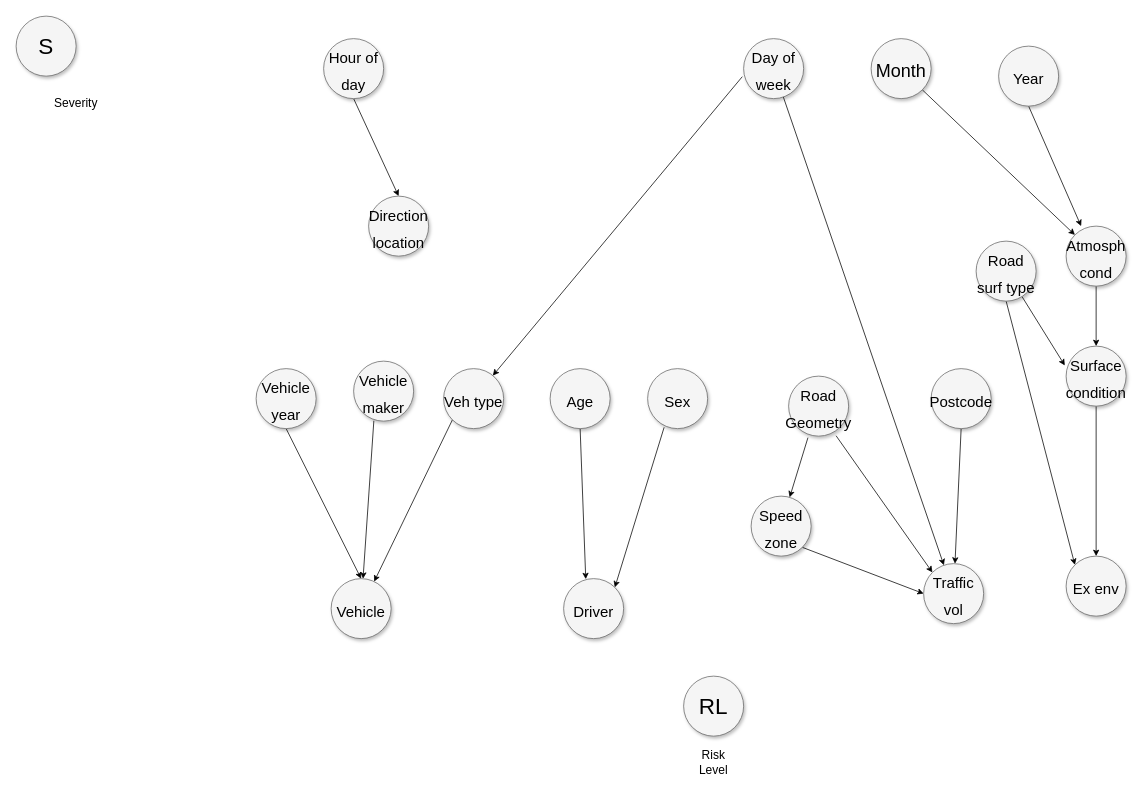
The draw.io diagram Untitled Diagram.drawio in moloti/Accident-Prediction, before the edit. Source tidied: cells renumbered, new cells numbered last; positions are measured from the earlier drawing's top-left corner, leaving out a move shared by most shapes. Both pictures are drawn from the tidied source at 75%, with x=0, y=0 at pixel (16, 16).
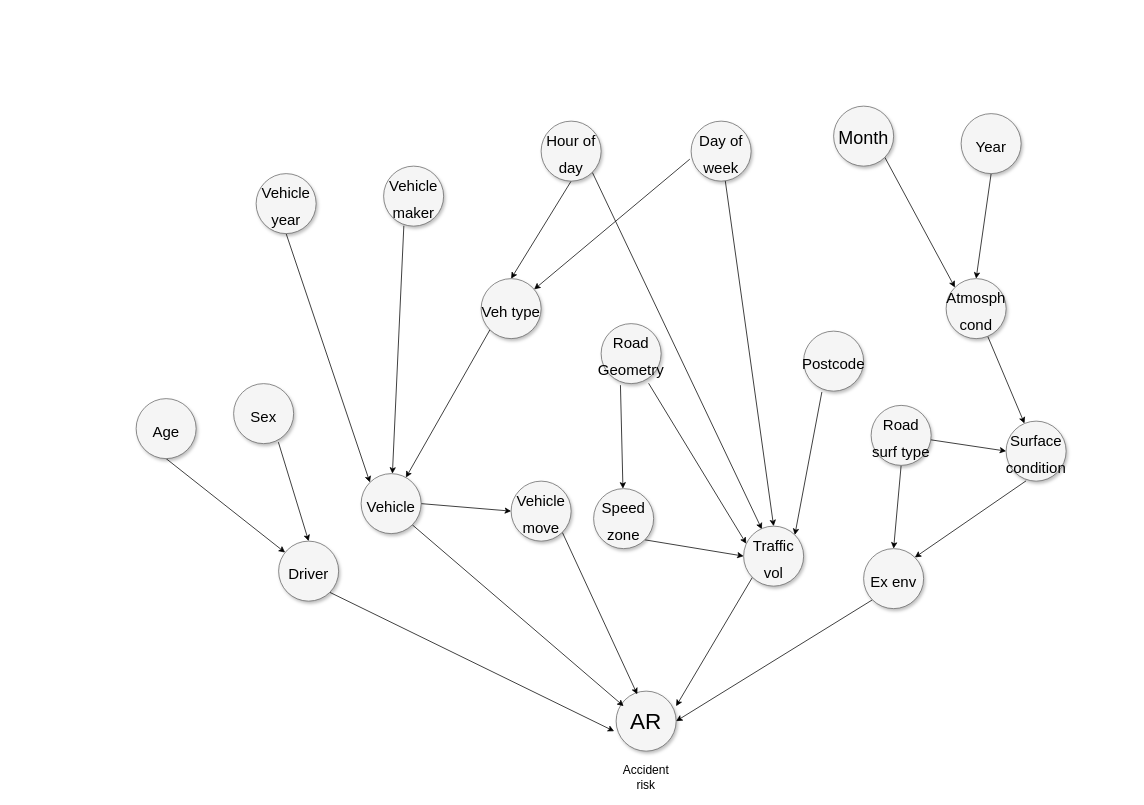
After the change.

Diff of the diagram source:
```diff
@@
-<mxGraphModel>
+<mxGraphModel background="#ffffff">
@@
-    <mxCell id="2" value="S" style="ellipse;whiteSpace=wrap;html=1;rounded=0;shadow=1;strokeColor=#666666;strokeWidth=1;fontSize=30;align=center;fillColor=#f5f5f5;labelPadding=0;" parent="1" vertex="1">
-      <mxGeometry width="80" height="80" as="geometry" />
-    </mxCell>
-    <mxCell id="3" value="&lt;font style=&quot;font-size: 16px&quot;&gt;Severity&lt;/font&gt;" style="text;html=1;strokeColor=none;fillColor=none;align=center;verticalAlign=middle;whiteSpace=wrap;rounded=0;" parent="1" vertex="1">
-      <mxGeometry x="50" y="100" width="60" height="30" as="geometry" />
-    </mxCell>
-    <mxCell id="4" value="RL" style="ellipse;whiteSpace=wrap;html=1;rounded=0;shadow=1;strokeColor=#666666;strokeWidth=1;fontSize=30;align=center;fillColor=#f5f5f5;labelPadding=0;" parent="1" vertex="1">
-      <mxGeometry x="890" y="880" width="80" height="80" as="geometry" />
+    <mxCell id="4" value="AR" style="ellipse;whiteSpace=wrap;html=1;rounded=0;shadow=1;strokeColor=#666666;strokeWidth=1;fontSize=30;align=center;fillColor=#f5f5f5;labelPadding=0;" parent="1" vertex="1">
+      <mxGeometry x="800" y="900" width="80" height="80" as="geometry" />
     </mxCell>
-    <mxCell id="5" value="&lt;font style=&quot;font-size: 16px&quot;&gt;Risk Level&lt;/font&gt;" style="text;html=1;strokeColor=none;fillColor=none;align=center;verticalAlign=middle;whiteSpace=wrap;rounded=0;" parent="1" vertex="1">
-      <mxGeometry x="900" y="980" width="60" height="30" as="geometry" />
+    <mxCell id="5" value="&lt;font style=&quot;font-size: 16px&quot;&gt;Accident risk&lt;/font&gt;" style="text;html=1;strokeColor=none;fillColor=none;align=center;verticalAlign=middle;whiteSpace=wrap;rounded=0;" parent="1" vertex="1">
+      <mxGeometry x="810" y="1000" width="60" height="30" as="geometry" />
     </mxCell>
@@
     <mxCell id="7" value="&lt;font style=&quot;font-size: 24px&quot;&gt;Month&lt;/font&gt;" style="ellipse;whiteSpace=wrap;html=1;rounded=0;shadow=1;strokeColor=#666666;strokeWidth=1;fontSize=30;align=center;fillColor=#f5f5f5;labelPadding=0;" parent="1" vertex="1">
-      <mxGeometry x="1140" y="30" width="80" height="80" as="geometry" />
+      <mxGeometry x="1090" y="120" width="80" height="80" as="geometry" />
     </mxCell>
-    <mxCell id="8" style="edgeStyle=none;rounded=0;jettySize=auto;html=1;exitX=0.5;exitY=1;exitDx=0;exitDy=0;entryX=0.5;entryY=0;entryDx=0;entryDy=0;fontSize=20;" parent="1" edge="1" source="9" target="17">
-      <mxGeometry relative="1" as="geometry" />
-    </mxCell>
+    <mxCell id="44" style="edgeStyle=none;rounded=0;jettySize=auto;html=1;entryX=0.5;entryY=0;entryDx=0;entryDy=0;fontSize=20;exitX=0.5;exitY=1;exitDx=0;exitDy=0;" parent="1" edge="1" source="9" target="31">
+      <mxGeometry relative="1" as="geometry" />
+    </mxCell>
+    <mxCell id="45" style="edgeStyle=none;rounded=0;jettySize=auto;html=1;exitX=1;exitY=1;exitDx=0;exitDy=0;fontSize=20;entryX=0.304;entryY=0.053;entryDx=0;entryDy=0;entryPerimeter=0;" parent="1" edge="1" source="9" target="43">
+      <mxGeometry relative="1" as="geometry" />
+    </mxCell>
     <mxCell id="9" value="&lt;span style=&quot;line-height: 0.9&quot;&gt;&lt;font style=&quot;font-size: 20px&quot;&gt;Hour of day&lt;/font&gt;&lt;/span&gt;" style="ellipse;whiteSpace=wrap;html=1;rounded=0;shadow=1;strokeColor=#666666;strokeWidth=1;fontSize=30;align=center;fillColor=#f5f5f5;labelPadding=0;" parent="1" vertex="1">
-      <mxGeometry x="410" y="30" width="80" height="80" as="geometry" />
+      <mxGeometry x="700" y="140" width="80" height="80" as="geometry" />
     </mxCell>
-    <mxCell id="10" style="edgeStyle=none;rounded=0;jettySize=auto;html=1;fontSize=20;" parent="1" edge="1" source="12" target="43">
+    <mxCell id="10" style="edgeStyle=none;rounded=0;jettySize=auto;html=1;fontSize=20;entryX=0.5;entryY=0;entryDx=0;entryDy=0;" parent="1" edge="1" source="12" target="43">
       <mxGeometry relative="1" as="geometry" />
     </mxCell>
@@
     <mxCell id="12" value="&lt;font style=&quot;font-size: 20px&quot;&gt;Day of week&lt;/font&gt;" style="ellipse;whiteSpace=wrap;html=1;rounded=0;shadow=1;strokeColor=#666666;strokeWidth=1;fontSize=30;align=center;fillColor=#f5f5f5;labelPadding=0;" parent="1" vertex="1">
-      <mxGeometry x="970" y="30" width="80" height="80" as="geometry" />
+      <mxGeometry x="900" y="140" width="80" height="80" as="geometry" />
     </mxCell>
-    <mxCell id="13" style="edgeStyle=none;rounded=0;jettySize=auto;html=1;exitX=0.5;exitY=1;exitDx=0;exitDy=0;entryX=0.369;entryY=0.009;entryDx=0;entryDy=0;entryPerimeter=0;fontSize=20;" parent="1" edge="1" source="14" target="38">
+    <mxCell id="13" style="edgeStyle=none;rounded=0;jettySize=auto;html=1;exitX=0.5;exitY=1;exitDx=0;exitDy=0;fontSize=20;" parent="1" edge="1" source="14" target="38">
       <mxGeometry relative="1" as="geometry" />
     </mxCell>
     <mxCell id="14" value="&lt;font style=&quot;font-size: 20px&quot;&gt;Age&lt;br&gt;&lt;/font&gt;" style="ellipse;whiteSpace=wrap;html=1;rounded=0;shadow=1;strokeColor=#666666;strokeWidth=1;fontSize=30;align=center;fillColor=#f5f5f5;labelPadding=0;" parent="1" vertex="1">
-      <mxGeometry x="712" y="470" width="80" height="80" as="geometry" />
+      <mxGeometry x="160" y="510" width="80" height="80" as="geometry" />
     </mxCell>
@@
     <mxCell id="16" value="&lt;font style=&quot;font-size: 20px&quot;&gt;Speed zone&lt;br&gt;&lt;/font&gt;" style="ellipse;whiteSpace=wrap;html=1;rounded=0;shadow=1;strokeColor=#666666;strokeWidth=1;fontSize=30;align=center;fillColor=#f5f5f5;labelPadding=0;" parent="1" vertex="1">
-      <mxGeometry x="980" y="640" width="80" height="80" as="geometry" />
+      <mxGeometry x="770" y="630" width="80" height="80" as="geometry" />
     </mxCell>
-    <mxCell id="17" value="&lt;font style=&quot;font-size: 20px&quot;&gt;Direction location&lt;br&gt;&lt;/font&gt;" style="ellipse;whiteSpace=wrap;html=1;rounded=0;shadow=1;strokeColor=#666666;strokeWidth=1;fontSize=30;align=center;fillColor=#f5f5f5;labelPadding=0;" parent="1" vertex="1">
-      <mxGeometry x="470" y="240" width="80" height="80" as="geometry" />
-    </mxCell>
-    <mxCell id="18" style="edgeStyle=none;rounded=0;jettySize=auto;html=1;exitX=0.5;exitY=1;exitDx=0;exitDy=0;entryX=0.5;entryY=0;entryDx=0;entryDy=0;fontSize=20;" parent="1" edge="1" source="19" target="27">
+    <mxCell id="18" style="edgeStyle=none;rounded=0;jettySize=auto;html=1;exitX=0.333;exitY=0.995;exitDx=0;exitDy=0;entryX=1;entryY=0;entryDx=0;entryDy=0;fontSize=20;exitPerimeter=0;" parent="1" edge="1" source="19" target="27">
       <mxGeometry relative="1" as="geometry" />
     </mxCell>
     <mxCell id="19" value="&lt;font style=&quot;font-size: 20px&quot;&gt;Surface condition&lt;br&gt;&lt;/font&gt;" style="ellipse;whiteSpace=wrap;html=1;rounded=0;shadow=1;strokeColor=#666666;strokeWidth=1;fontSize=30;align=center;fillColor=#f5f5f5;labelPadding=0;" parent="1" vertex="1">
-      <mxGeometry x="1400" y="440" width="80" height="80" as="geometry" />
+      <mxGeometry x="1320" y="540" width="80" height="80" as="geometry" />
     </mxCell>
-    <mxCell id="20" style="edgeStyle=none;rounded=0;jettySize=auto;html=1;exitX=0.791;exitY=0.994;exitDx=0;exitDy=0;entryX=0;entryY=0;entryDx=0;entryDy=0;fontSize=20;exitPerimeter=0;" parent="1" edge="1" source="22" target="43">
+    <mxCell id="20" style="edgeStyle=none;rounded=0;jettySize=auto;html=1;exitX=0.791;exitY=0.994;exitDx=0;exitDy=0;entryX=0.044;entryY=0.293;entryDx=0;entryDy=0;fontSize=20;exitPerimeter=0;entryPerimeter=0;" parent="1" edge="1" source="22" target="43">
       <mxGeometry relative="1" as="geometry" />
     </mxCell>
@@
     <mxCell id="22" value="&lt;font style=&quot;font-size: 20px&quot;&gt;Road Geometry&lt;br&gt;&lt;/font&gt;" style="ellipse;whiteSpace=wrap;html=1;rounded=0;shadow=1;strokeColor=#666666;strokeWidth=1;fontSize=30;align=center;fillColor=#f5f5f5;labelPadding=0;" parent="1" vertex="1">
-      <mxGeometry x="1030" y="480" width="80" height="80" as="geometry" />
+      <mxGeometry x="780" y="410" width="80" height="80" as="geometry" />
     </mxCell>
-    <mxCell id="23" style="edgeStyle=none;rounded=0;jettySize=auto;html=1;exitX=0.5;exitY=1;exitDx=0;exitDy=0;fontSize=20;" parent="1" edge="1" source="24" target="43">
+    <mxCell id="23" style="edgeStyle=none;rounded=0;jettySize=auto;html=1;exitX=0.304;exitY=1.014;exitDx=0;exitDy=0;fontSize=20;exitPerimeter=0;entryX=1;entryY=0;entryDx=0;entryDy=0;" parent="1" edge="1" source="24" target="43">
       <mxGeometry relative="1" as="geometry" />
     </mxCell>
     <mxCell id="24" value="&lt;font style=&quot;font-size: 20px&quot;&gt;Postcode&lt;br&gt;&lt;/font&gt;" style="ellipse;whiteSpace=wrap;html=1;rounded=0;shadow=1;strokeColor=#666666;strokeWidth=1;fontSize=30;align=center;fillColor=#f5f5f5;labelPadding=0;" parent="1" vertex="1">
-      <mxGeometry x="1220" y="470" width="80" height="80" as="geometry" />
+      <mxGeometry x="1050" y="420" width="80" height="80" as="geometry" />
     </mxCell>
-    <mxCell id="25" style="edgeStyle=none;rounded=0;jettySize=auto;html=1;exitX=0.5;exitY=1;exitDx=0;exitDy=0;entryX=0.5;entryY=0;entryDx=0;entryDy=0;fontSize=20;" parent="1" edge="1" source="26" target="35">
+    <mxCell id="25" style="edgeStyle=none;rounded=0;jettySize=auto;html=1;exitX=0.5;exitY=1;exitDx=0;exitDy=0;entryX=0;entryY=0;entryDx=0;entryDy=0;fontSize=20;" parent="1" edge="1" source="26" target="35">
       <mxGeometry relative="1" as="geometry" />
     </mxCell>
     <mxCell id="26" value="&lt;font style=&quot;font-size: 20px&quot;&gt;Vehicle year&lt;br&gt;&lt;/font&gt;" style="ellipse;whiteSpace=wrap;html=1;rounded=0;shadow=1;strokeColor=#666666;strokeWidth=1;fontSize=30;align=center;fillColor=#f5f5f5;labelPadding=0;" parent="1" vertex="1">
-      <mxGeometry x="320" y="470" width="80" height="80" as="geometry" />
+      <mxGeometry x="320" y="210" width="80" height="80" as="geometry" />
     </mxCell>
+    <mxCell id="46" style="edgeStyle=none;rounded=0;jettySize=auto;html=1;exitX=0;exitY=1;exitDx=0;exitDy=0;entryX=1;entryY=0.5;entryDx=0;entryDy=0;fontSize=20;" parent="1" edge="1" source="27" target="4">
+      <mxGeometry relative="1" as="geometry" />
+    </mxCell>
     <mxCell id="27" value="&lt;font style=&quot;font-size: 20px&quot;&gt;Ex env&lt;br&gt;&lt;/font&gt;" style="ellipse;whiteSpace=wrap;html=1;rounded=0;shadow=1;strokeColor=#666666;strokeWidth=1;fontSize=30;align=center;fillColor=#f5f5f5;labelPadding=0;" parent="1" vertex="1">
-      <mxGeometry x="1400" y="720" width="80" height="80" as="geometry" />
+      <mxGeometry x="1130" y="710" width="80" height="80" as="geometry" />
     </mxCell>
@@
     <mxCell id="29" value="&lt;font style=&quot;font-size: 20px&quot;&gt;Atmosph cond&lt;br&gt;&lt;/font&gt;" style="ellipse;whiteSpace=wrap;html=1;rounded=0;shadow=1;strokeColor=#666666;strokeWidth=1;fontSize=30;align=center;fillColor=#f5f5f5;labelPadding=0;" parent="1" vertex="1">
-      <mxGeometry x="1400" y="280" width="80" height="80" as="geometry" />
+      <mxGeometry x="1240" y="350" width="80" height="80" as="geometry" />
     </mxCell>
@@
     <mxCell id="31" value="&lt;font style=&quot;font-size: 20px&quot;&gt;Veh type&lt;br&gt;&lt;/font&gt;" style="ellipse;whiteSpace=wrap;html=1;rounded=0;shadow=1;strokeColor=#666666;strokeWidth=1;fontSize=30;align=center;fillColor=#f5f5f5;labelPadding=0;" parent="1" vertex="1">
-      <mxGeometry x="570" y="470" width="80" height="80" as="geometry" />
+      <mxGeometry x="620" y="350" width="80" height="80" as="geometry" />
     </mxCell>
-    <mxCell id="32" style="edgeStyle=none;rounded=0;jettySize=auto;html=1;entryX=-0.022;entryY=0.322;entryDx=0;entryDy=0;entryPerimeter=0;fontSize=20;" parent="1" edge="1" source="34" target="19">
+    <mxCell id="32" style="edgeStyle=none;rounded=0;jettySize=auto;html=1;fontSize=20;entryX=0;entryY=0.5;entryDx=0;entryDy=0;" parent="1" edge="1" source="34" target="19">
       <mxGeometry relative="1" as="geometry" />
     </mxCell>
-    <mxCell id="33" style="edgeStyle=none;rounded=0;jettySize=auto;html=1;exitX=0.5;exitY=1;exitDx=0;exitDy=0;entryX=0;entryY=0;entryDx=0;entryDy=0;fontSize=20;" parent="1" edge="1" source="34" target="27">
+    <mxCell id="33" style="edgeStyle=none;rounded=0;jettySize=auto;html=1;exitX=0.5;exitY=1;exitDx=0;exitDy=0;entryX=0.5;entryY=0;entryDx=0;entryDy=0;fontSize=20;" parent="1" edge="1" source="34" target="27">
       <mxGeometry relative="1" as="geometry" />
     </mxCell>
     <mxCell id="34" value="&lt;font style=&quot;font-size: 20px&quot;&gt;Road surf type&lt;br&gt;&lt;/font&gt;" style="ellipse;whiteSpace=wrap;html=1;rounded=0;shadow=1;strokeColor=#666666;strokeWidth=1;fontSize=30;align=center;fillColor=#f5f5f5;labelPadding=0;" parent="1" vertex="1">
-      <mxGeometry x="1280" y="300" width="80" height="80" as="geometry" />
+      <mxGeometry x="1140" y="519" width="80" height="80" as="geometry" />
     </mxCell>
+    <mxCell id="47" style="edgeStyle=none;rounded=0;jettySize=auto;html=1;exitX=1;exitY=1;exitDx=0;exitDy=0;fontSize=20;" parent="1" edge="1" source="35">
+      <mxGeometry relative="1" as="geometry">
+        <mxPoint x="810" y="920" as="targetPoint" />
+      </mxGeometry>
+    </mxCell>
+    <mxCell id="48" style="edgeStyle=none;rounded=0;jettySize=auto;html=1;exitX=1;exitY=0.5;exitDx=0;exitDy=0;entryX=0;entryY=0.5;entryDx=0;entryDy=0;fontSize=20;" parent="1" edge="1" source="35" target="52">
+      <mxGeometry relative="1" as="geometry" />
+    </mxCell>
     <mxCell id="35" value="&lt;font style=&quot;font-size: 20px&quot;&gt;Vehicle&lt;br&gt;&lt;/font&gt;" style="ellipse;whiteSpace=wrap;html=1;rounded=0;shadow=1;strokeColor=#666666;strokeWidth=1;fontSize=30;align=center;fillColor=#f5f5f5;labelPadding=0;" parent="1" vertex="1">
-      <mxGeometry x="420" y="750" width="80" height="80" as="geometry" />
+      <mxGeometry x="460" y="610" width="80" height="80" as="geometry" />
     </mxCell>
-    <mxCell id="36" style="edgeStyle=none;rounded=0;jettySize=auto;html=1;exitX=0.275;exitY=0.978;exitDx=0;exitDy=0;entryX=1;entryY=0;entryDx=0;entryDy=0;fontSize=20;exitPerimeter=0;" parent="1" edge="1" source="37" target="38">
+    <mxCell id="36" style="edgeStyle=none;rounded=0;jettySize=auto;html=1;exitX=0.746;exitY=0.976;exitDx=0;exitDy=0;entryX=0.5;entryY=0;entryDx=0;entryDy=0;fontSize=20;exitPerimeter=0;" parent="1" edge="1" source="37" target="38">
       <mxGeometry relative="1" as="geometry" />
     </mxCell>
     <mxCell id="37" value="&lt;font style=&quot;font-size: 20px&quot;&gt;Sex&lt;br&gt;&lt;/font&gt;" style="ellipse;whiteSpace=wrap;html=1;rounded=0;shadow=1;strokeColor=#666666;strokeWidth=1;fontSize=30;align=center;fillColor=#f5f5f5;labelPadding=0;" parent="1" vertex="1">
-      <mxGeometry x="842" y="470" width="80" height="80" as="geometry" />
+      <mxGeometry x="290" y="490" width="80" height="80" as="geometry" />
     </mxCell>
+    <mxCell id="49" style="edgeStyle=none;rounded=0;jettySize=auto;html=1;exitX=1;exitY=1;exitDx=0;exitDy=0;entryX=-0.033;entryY=0.668;entryDx=0;entryDy=0;fontSize=20;entryPerimeter=0;" parent="1" edge="1" source="38" target="4">
+      <mxGeometry relative="1" as="geometry" />
+    </mxCell>
     <mxCell id="38" value="&lt;font style=&quot;font-size: 20px&quot;&gt;Driver&lt;br&gt;&lt;/font&gt;" style="ellipse;whiteSpace=wrap;html=1;rounded=0;shadow=1;strokeColor=#666666;strokeWidth=1;fontSize=30;align=center;fillColor=#f5f5f5;labelPadding=0;" parent="1" vertex="1">
-      <mxGeometry x="730" y="750" width="80" height="80" as="geometry" />
+      <mxGeometry x="350" y="700" width="80" height="80" as="geometry" />
     </mxCell>
-    <mxCell id="39" style="rounded=0;jettySize=auto;html=1;exitX=0.5;exitY=1;exitDx=0;exitDy=0;entryX=0.25;entryY=0;entryDx=0;entryDy=0;fontSize=20;entryPerimeter=0;" parent="1" edge="1" source="40" target="29">
+    <mxCell id="39" style="rounded=0;jettySize=auto;html=1;exitX=0.5;exitY=1;exitDx=0;exitDy=0;entryX=0.5;entryY=0;entryDx=0;entryDy=0;fontSize=20;" parent="1" edge="1" source="40" target="29">
       <mxGeometry relative="1" as="geometry" />
     </mxCell>
     <mxCell id="40" value="&lt;font style=&quot;font-size: 20px&quot;&gt;Year&lt;br&gt;&lt;/font&gt;" style="ellipse;whiteSpace=wrap;html=1;rounded=0;shadow=1;strokeColor=#666666;strokeWidth=1;fontSize=30;align=center;fillColor=#f5f5f5;labelPadding=0;" parent="1" vertex="1">
-      <mxGeometry x="1310" y="40" width="80" height="80" as="geometry" />
+      <mxGeometry x="1260" y="130" width="80" height="80" as="geometry" />
     </mxCell>
@@
     <mxCell id="42" value="&lt;font style=&quot;font-size: 20px&quot;&gt;Vehicle maker&lt;br&gt;&lt;/font&gt;" style="ellipse;whiteSpace=wrap;html=1;rounded=0;shadow=1;strokeColor=#666666;strokeWidth=1;fontSize=30;align=center;fillColor=#f5f5f5;labelPadding=0;" parent="1" vertex="1">
-      <mxGeometry x="450" y="460" width="80" height="80" as="geometry" />
+      <mxGeometry x="490" y="200" width="80" height="80" as="geometry" />
     </mxCell>
+    <mxCell id="50" style="edgeStyle=none;rounded=0;jettySize=auto;html=1;exitX=0;exitY=1;exitDx=0;exitDy=0;fontSize=20;" parent="1" edge="1" source="43">
+      <mxGeometry relative="1" as="geometry">
+        <mxPoint x="880" y="920" as="targetPoint" />
+      </mxGeometry>
+    </mxCell>
     <mxCell id="43" value="&lt;font style=&quot;font-size: 20px&quot;&gt;Traffic vol&lt;br&gt;&lt;/font&gt;" style="ellipse;whiteSpace=wrap;html=1;rounded=0;shadow=1;strokeColor=#666666;strokeWidth=1;fontSize=30;align=center;fillColor=#f5f5f5;labelPadding=0;" parent="1" vertex="1">
-      <mxGeometry x="1210" y="730" width="80" height="80" as="geometry" />
+      <mxGeometry x="970" y="680" width="80" height="80" as="geometry" />
     </mxCell>
+    <mxCell id="51" style="edgeStyle=none;rounded=0;jettySize=auto;html=1;exitX=1;exitY=1;exitDx=0;exitDy=0;entryX=0.352;entryY=0.053;entryDx=0;entryDy=0;entryPerimeter=0;fontSize=20;" parent="1" edge="1" source="52" target="4">
+      <mxGeometry relative="1" as="geometry" />
+    </mxCell>
+    <mxCell id="52" value="&lt;span style=&quot;line-height: 0.9&quot;&gt;&lt;font style=&quot;font-size: 20px&quot;&gt;Vehicle move&lt;br&gt;&lt;/font&gt;&lt;/span&gt;" style="ellipse;whiteSpace=wrap;html=1;rounded=0;shadow=1;strokeColor=#666666;strokeWidth=1;fontSize=30;align=center;fillColor=#f5f5f5;labelPadding=0;" parent="1" vertex="1">
+      <mxGeometry x="660" y="620" width="80" height="80" as="geometry" />
+    </mxCell>
```
